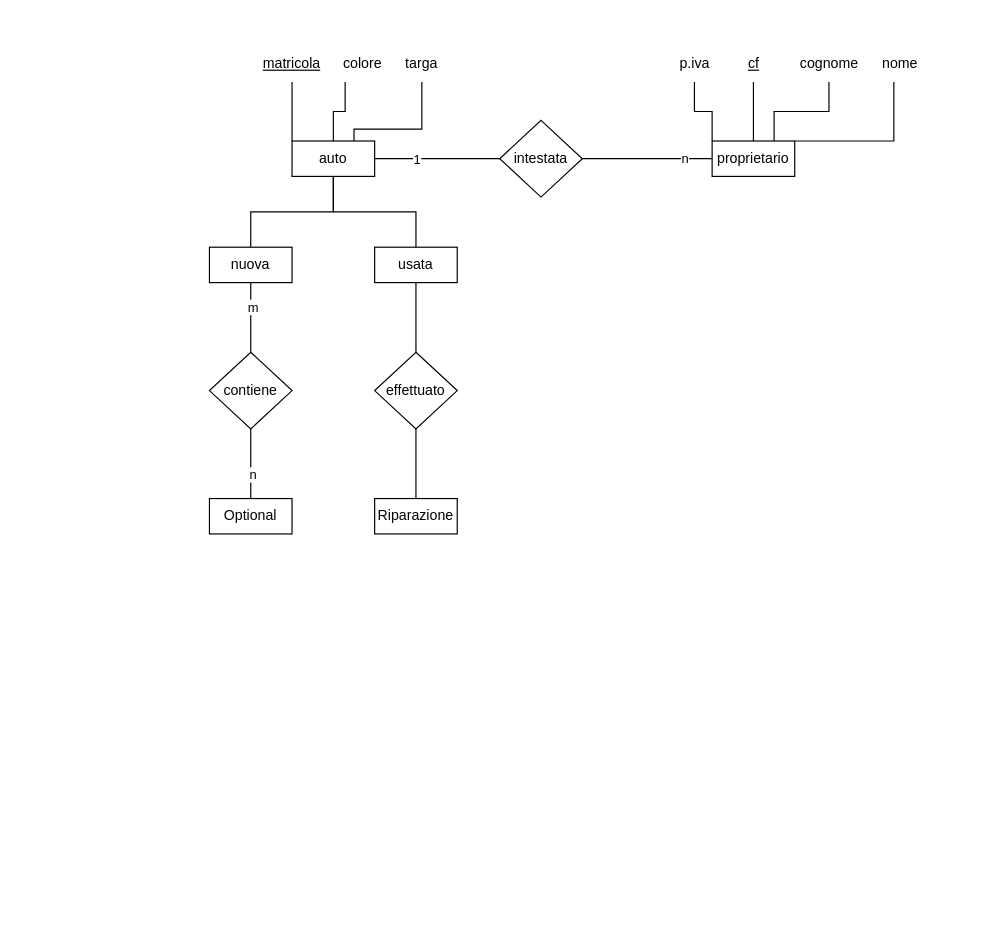
The draw.io diagram Concessionaria.drawio in scinfu/paleocapa-info, before the edit. Source tidied: cells renumbered, new cells numbered last; positions are measured from the earlier drawing's top-left corner, leaving out a move shared by most shapes. Both pictures are drawn from the tidied source at 118%, with x=0, y=0 at pixel (209, 46).
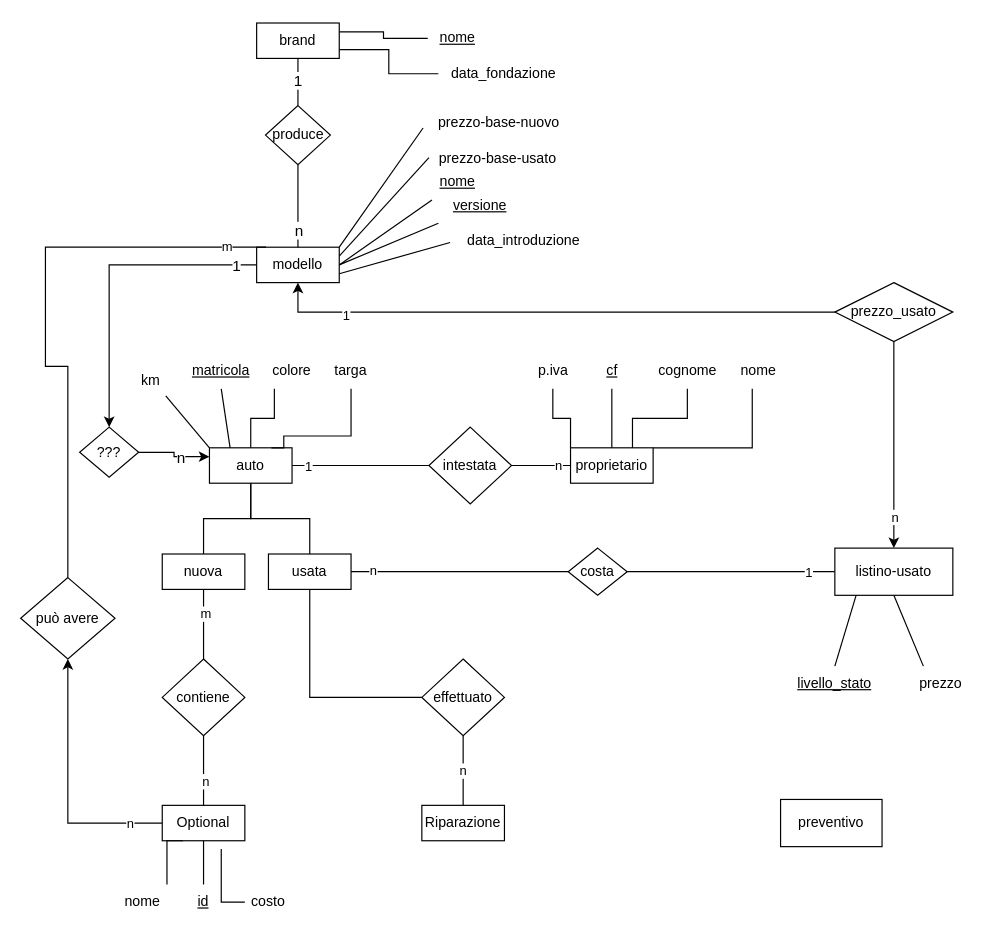
Above is the later version.

Unchanged cells that the change refers to:
```xml
<mxCell id="4" style="edgeStyle=orthogonalEdgeStyle;rounded=0;jettySize=auto;html=1;entryX=0;entryY=0.5;entryDx=0;entryDy=0;endArrow=none;endFill=0;" parent="1" edge="1" source="6" target="16">
  <mxGeometry relative="1" as="geometry" />
</mxCell>
```

The edit, as a diff of the source:
```diff
@@
-    <mxCell id="2" style="edgeStyle=orthogonalEdgeStyle;rounded=0;jettySize=auto;html=1;entryX=0.5;entryY=0;entryDx=0;entryDy=0;endArrow=none;endFill=0;" parent="1" edge="1" source="6" target="9">
-      <mxGeometry relative="1" as="geometry" />
-    </mxCell>
-    <mxCell id="3" style="edgeStyle=orthogonalEdgeStyle;rounded=0;jettySize=auto;html=1;entryX=0.5;entryY=0;entryDx=0;entryDy=0;startArrow=none;startFill=0;endArrow=none;endFill=0;" parent="1" edge="1" source="6" target="10">
-      <mxGeometry relative="1" as="geometry" />
-    </mxCell>
@@
     <mxCell id="5" value="1" style="edgeLabel;html=1;align=center;verticalAlign=middle;" parent="4" vertex="1">
-      <mxGeometry x="-0.34" relative="1" as="geometry" />
+      <mxGeometry x="-0.34" relative="1" as="geometry">
+        <mxPoint x="-25" as="offset" />
+      </mxGeometry>
     </mxCell>
     <mxCell id="6" value="auto" style="rounded=0;whiteSpace=wrap;html=1;" parent="1" vertex="1">
-      <mxGeometry x="70" y="80" width="70" height="30" as="geometry" />
+      <mxGeometry y="340" width="70" height="30" as="geometry" />
     </mxCell>
-    <mxCell id="7" style="edgeStyle=orthogonalEdgeStyle;rounded=0;jettySize=auto;html=1;entryX=0.5;entryY=0;entryDx=0;entryDy=0;endArrow=none;endFill=0;" parent="1" edge="1" source="9" target="19">
+    <mxCell id="7" style="edgeStyle=orthogonalEdgeStyle;rounded=0;jettySize=auto;html=1;entryX=0.5;entryY=0;entryDx=0;entryDy=0;endArrow=none;endFill=0;exitX=0.5;exitY=1;exitDx=0;exitDy=0;" parent="1" edge="1" source="9" target="19">
       <mxGeometry relative="1" as="geometry" />
     </mxCell>
@@
+    <mxCell id="37" style="edgeStyle=orthogonalEdgeStyle;rounded=0;jettySize=auto;html=1;entryX=0.5;entryY=1;entryDx=0;entryDy=0;endArrow=none;endFill=0;" parent="1" edge="1" source="9" target="6">
+      <mxGeometry relative="1" as="geometry" />
+    </mxCell>
     <mxCell id="9" value="nuova" style="rounded=0;whiteSpace=wrap;html=1;" parent="1" vertex="1">
-      <mxGeometry y="170" width="70" height="30" as="geometry" />
+      <mxGeometry x="-40" y="430" width="70" height="30" as="geometry" />
     </mxCell>
+    <mxCell id="38" style="edgeStyle=orthogonalEdgeStyle;rounded=0;jettySize=auto;html=1;entryX=0.5;entryY=1;entryDx=0;entryDy=0;endArrow=none;endFill=0;" parent="1" edge="1" source="10" target="6">
+      <mxGeometry relative="1" as="geometry" />
+    </mxCell>
     <mxCell id="10" value="usata" style="rounded=0;whiteSpace=wrap;html=1;" parent="1" vertex="1">
-      <mxGeometry x="140" y="170" width="70" height="30" as="geometry" />
+      <mxGeometry x="50" y="430" width="70" height="30" as="geometry" />
     </mxCell>
+    <mxCell id="39" style="edgeStyle=orthogonalEdgeStyle;rounded=0;jettySize=auto;html=1;" parent="1" edge="1" source="11" target="68">
+      <mxGeometry relative="1" as="geometry" />
+    </mxCell>
+    <mxCell id="40" value="n" style="edgeLabel;html=1;align=center;verticalAlign=middle;" parent="39" vertex="1">
+      <mxGeometry x="-0.74" relative="1" as="geometry" />
+    </mxCell>
     <mxCell id="11" value="Optional" style="rounded=0;whiteSpace=wrap;html=1;" parent="1" vertex="1">
-      <mxGeometry y="383" width="70" height="30" as="geometry" />
+      <mxGeometry x="-40" y="643" width="70" height="30" as="geometry" />
     </mxCell>
@@
     <mxCell id="14" value="proprietario" style="rounded=0;whiteSpace=wrap;html=1;" parent="1" vertex="1">
-      <mxGeometry x="426" y="80" width="70" height="30" as="geometry" />
+      <mxGeometry x="306" y="340" width="70" height="30" as="geometry" />
     </mxCell>
     <mxCell id="15" value="Riparazione" style="rounded=0;whiteSpace=wrap;html=1;" parent="1" vertex="1">
-      <mxGeometry x="140" y="383" width="70" height="30" as="geometry" />
+      <mxGeometry x="180" y="643" width="70" height="30" as="geometry" />
     </mxCell>
     <mxCell id="16" value="intestata" style="rhombus;whiteSpace=wrap;html=1;" parent="1" vertex="1">
-      <mxGeometry x="246" y="62.5" width="70" height="65" as="geometry" />
+      <mxGeometry x="186" y="322.5" width="70" height="65" as="geometry" />
     </mxCell>
-    <mxCell id="17" style="edgeStyle=orthogonalEdgeStyle;rounded=0;jettySize=auto;html=1;entryX=0.5;entryY=0;entryDx=0;entryDy=0;endArrow=none;endFill=0;" parent="1" edge="1" source="19" target="11">
+    <mxCell id="17" style="edgeStyle=orthogonalEdgeStyle;rounded=0;jettySize=auto;html=1;entryX=0.5;entryY=0;entryDx=0;entryDy=0;endArrow=none;endFill=0;exitX=0.5;exitY=1;exitDx=0;exitDy=0;" parent="1" edge="1" source="19" target="11">
       <mxGeometry relative="1" as="geometry" />
     </mxCell>
@@
     <mxCell id="19" value="contiene" style="rhombus;whiteSpace=wrap;html=1;" parent="1" vertex="1">
-      <mxGeometry y="259" width="70" height="65" as="geometry" />
+      <mxGeometry x="-40" y="519" width="70" height="65" as="geometry" />
     </mxCell>
@@
-    <mxCell id="21" style="edgeStyle=orthogonalEdgeStyle;rounded=0;jettySize=auto;html=1;entryX=0.5;entryY=0;entryDx=0;entryDy=0;endArrow=none;endFill=0;" parent="1" edge="1" source="22" target="15">
+    <mxCell id="21" value="n" style="edgeStyle=orthogonalEdgeStyle;rounded=0;jettySize=auto;html=1;entryX=0.5;entryY=0;entryDx=0;entryDy=0;endArrow=none;endFill=0;" parent="1" edge="1" source="22" target="15">
       <mxGeometry relative="1" as="geometry" />
     </mxCell>
     <mxCell id="22" value="effettuato" style="rhombus;whiteSpace=wrap;html=1;" parent="1" vertex="1">
-      <mxGeometry x="140" y="259" width="70" height="65" as="geometry" />
+      <mxGeometry x="180" y="519" width="70" height="65" as="geometry" />
     </mxCell>
-    <mxCell id="23" style="edgeStyle=orthogonalEdgeStyle;rounded=0;jettySize=auto;html=1;entryX=0;entryY=0;entryDx=0;entryDy=0;endArrow=none;endFill=0;" parent="1" edge="1" source="24" target="6">
-      <mxGeometry relative="1" as="geometry" />
-    </mxCell>
     <mxCell id="24" value="matricola" style="text;html=1;strokeColor=none;fillColor=none;align=center;verticalAlign=middle;whiteSpace=wrap;rounded=0;fontStyle=4;" parent="1" vertex="1">
-      <mxGeometry x="40" width="60" height="30" as="geometry" />
+      <mxGeometry x="-20" y="260" width="60" height="30" as="geometry" />
     </mxCell>
@@
     <mxCell id="26" value="colore" style="text;html=1;strokeColor=none;fillColor=none;align=center;verticalAlign=middle;whiteSpace=wrap;rounded=0;" parent="1" vertex="1">
-      <mxGeometry x="100" width="60" height="30" as="geometry" />
+      <mxGeometry x="40" y="260" width="60" height="30" as="geometry" />
     </mxCell>
     <mxCell id="27" style="edgeStyle=orthogonalEdgeStyle;rounded=0;jettySize=auto;html=1;exitX=0.5;exitY=1;exitDx=0;exitDy=0;entryX=0.75;entryY=0;entryDx=0;entryDy=0;endArrow=none;endFill=0;" parent="1" edge="1" source="28" target="6">
       <mxGeometry relative="1" as="geometry">
         <Array as="points">
-          <mxPoint x="180" y="70" />
-          <mxPoint x="123" y="70" />
+          <mxPoint x="120" y="330" />
+          <mxPoint x="63" y="330" />
         </Array>
       </mxGeometry>
     </mxCell>
     <mxCell id="28" value="targa" style="text;html=1;strokeColor=none;fillColor=none;align=center;verticalAlign=middle;whiteSpace=wrap;rounded=0;" parent="1" vertex="1">
-      <mxGeometry x="150" width="60" height="30" as="geometry" />
+      <mxGeometry x="90" y="260" width="60" height="30" as="geometry" />
     </mxCell>
     <mxCell id="29" style="edgeStyle=orthogonalEdgeStyle;rounded=0;jettySize=auto;html=1;entryX=1;entryY=0;entryDx=0;entryDy=0;endArrow=none;endFill=0;" parent="1" edge="1" source="30" target="14">
       <mxGeometry relative="1" as="geometry">
         <Array as="points">
-          <mxPoint x="580" y="80" />
+          <mxPoint x="460" y="340" />
         </Array>
       </mxGeometry>
     </mxCell>
     <mxCell id="30" value="nome" style="text;html=1;align=center;verticalAlign=middle;points=[];strokeColor=none;fillColor=none;" parent="1" vertex="1">
-      <mxGeometry x="560" width="50" height="30" as="geometry" />
+      <mxGeometry x="440" y="260" width="50" height="30" as="geometry" />
     </mxCell>
@@
     <mxCell id="32" value="cognome" style="text;html=1;align=center;verticalAlign=middle;points=[];strokeColor=none;fillColor=none;" parent="1" vertex="1">
-      <mxGeometry x="490" width="70" height="30" as="geometry" />
+      <mxGeometry x="370" y="260" width="70" height="30" as="geometry" />
     </mxCell>
@@
     <mxCell id="34" value="cf" style="text;html=1;align=center;verticalAlign=middle;points=[];strokeColor=none;fillColor=none;fontStyle=4;" parent="1" vertex="1">
-      <mxGeometry x="446" width="30" height="30" as="geometry" />
+      <mxGeometry x="326" y="260" width="30" height="30" as="geometry" />
     </mxCell>
@@
     <mxCell id="36" value="p.iva" style="text;html=1;align=center;verticalAlign=middle;points=[];strokeColor=none;fillColor=none;" parent="1" vertex="1">
-      <mxGeometry x="386" width="50" height="30" as="geometry" />
+      <mxGeometry x="266" y="260" width="50" height="30" as="geometry" />
     </mxCell>
+    <mxCell id="41" style="edgeStyle=orthogonalEdgeStyle;rounded=0;jettySize=auto;html=1;endArrow=none;endFill=0;" parent="1" edge="1" source="43" target="49">
+      <mxGeometry relative="1" as="geometry" />
+    </mxCell>
+    <mxCell id="42" value="&lt;font style=&quot;font-size: 13px;&quot;&gt;1&lt;/font&gt;" style="edgeLabel;html=1;align=center;verticalAlign=middle;" parent="41" vertex="1">
+      <mxGeometry x="-0.1" y="-1" relative="1" as="geometry" />
+    </mxCell>
+    <mxCell id="43" value="brand" style="rounded=0;whiteSpace=wrap;html=1;" parent="1" vertex="1">
+      <mxGeometry x="40" y="-20" width="70" height="30" as="geometry" />
+    </mxCell>
+    <mxCell id="44" style="edgeStyle=orthogonalEdgeStyle;rounded=0;jettySize=auto;html=1;" parent="1" edge="1" source="46" target="60">
+      <mxGeometry relative="1" as="geometry" />
+    </mxCell>
+    <mxCell id="45" value="&lt;font style=&quot;font-size: 13px;&quot;&gt;1&lt;/font&gt;" style="edgeLabel;html=1;align=center;verticalAlign=middle;" parent="44" vertex="1">
+      <mxGeometry x="-0.86" relative="1" as="geometry" />
+    </mxCell>
+    <mxCell id="46" value="modello" style="rounded=0;whiteSpace=wrap;html=1;" parent="1" vertex="1">
+      <mxGeometry x="40" y="170" width="70" height="30" as="geometry" />
+    </mxCell>
+    <mxCell id="47" style="edgeStyle=orthogonalEdgeStyle;rounded=0;jettySize=auto;html=1;entryX=0.5;entryY=0;entryDx=0;entryDy=0;endArrow=none;endFill=0;" parent="1" edge="1" source="49" target="46">
+      <mxGeometry relative="1" as="geometry" />
+    </mxCell>
+    <mxCell id="48" value="&lt;font style=&quot;font-size: 13px;&quot;&gt;n&lt;/font&gt;" style="edgeLabel;html=1;align=center;verticalAlign=middle;" parent="47" vertex="1">
+      <mxGeometry x="0.57" relative="1" as="geometry" />
+    </mxCell>
+    <mxCell id="49" value="produce" style="rhombus;whiteSpace=wrap;html=1;rounded=0;" parent="1" vertex="1">
+      <mxGeometry x="47.5" y="50" width="55" height="50" as="geometry" />
+    </mxCell>
+    <mxCell id="50" style="edgeStyle=orthogonalEdgeStyle;rounded=0;jettySize=auto;html=1;endArrow=none;endFill=0;" parent="1" edge="1" source="51">
+      <mxGeometry relative="1" as="geometry">
+        <mxPoint x="10" y="680" as="targetPoint" />
+      </mxGeometry>
+    </mxCell>
+    <mxCell id="51" value="costo" style="text;html=1;strokeColor=none;fillColor=none;align=center;verticalAlign=middle;whiteSpace=wrap;rounded=0;" parent="1" vertex="1">
+      <mxGeometry x="30" y="710" width="40" height="30" as="geometry" />
+    </mxCell>
+    <mxCell id="52" style="edgeStyle=orthogonalEdgeStyle;rounded=0;jettySize=auto;html=1;entryX=0.5;entryY=1;entryDx=0;entryDy=0;endArrow=none;endFill=0;" parent="1" edge="1" source="53" target="11">
+      <mxGeometry relative="1" as="geometry" />
+    </mxCell>
+    <mxCell id="53" value="id" style="text;html=1;strokeColor=none;fillColor=none;align=center;verticalAlign=middle;whiteSpace=wrap;rounded=0;fontStyle=4;" parent="1" vertex="1">
+      <mxGeometry x="-30" y="710" width="50" height="30" as="geometry" />
+    </mxCell>
+    <mxCell id="54" style="edgeStyle=orthogonalEdgeStyle;rounded=0;jettySize=auto;html=1;entryX=1;entryY=0.25;entryDx=0;entryDy=0;endArrow=none;endFill=0;" parent="1" edge="1" source="55" target="43">
+      <mxGeometry relative="1" as="geometry" />
+    </mxCell>
+    <mxCell id="55" value="nome" style="text;html=1;align=center;verticalAlign=middle;points=[];strokeColor=none;fillColor=none;fontStyle=4;" parent="1" vertex="1">
+      <mxGeometry x="185" y="-22" width="50" height="30" as="geometry" />
+    </mxCell>
+    <mxCell id="56" style="edgeStyle=orthogonalEdgeStyle;rounded=0;jettySize=auto;html=1;entryX=1;entryY=0.75;entryDx=0;entryDy=0;endArrow=none;endFill=0;" parent="1" edge="1" source="57" target="43">
+      <mxGeometry relative="1" as="geometry" />
+    </mxCell>
+    <mxCell id="57" value="data_fondazione" style="text;html=1;align=center;verticalAlign=middle;points=[];strokeColor=none;fillColor=none;" parent="1" vertex="1">
+      <mxGeometry x="194" y="8" width="110" height="30" as="geometry" />
+    </mxCell>
+    <mxCell id="58" style="edgeStyle=orthogonalEdgeStyle;rounded=0;jettySize=auto;html=1;entryX=0;entryY=0.25;entryDx=0;entryDy=0;" parent="1" edge="1" source="60" target="6">
+      <mxGeometry relative="1" as="geometry" />
+    </mxCell>
+    <mxCell id="59" value="&lt;font style=&quot;font-size: 13px;&quot;&gt;n&lt;/font&gt;" style="edgeLabel;html=1;align=center;verticalAlign=middle;" parent="58" vertex="1">
+      <mxGeometry x="0.22" y="1" relative="1" as="geometry">
+        <mxPoint y="1" as="offset" />
+      </mxGeometry>
+    </mxCell>
+    <mxCell id="60" value="???" style="rhombus;whiteSpace=wrap;html=1;rounded=0;" parent="1" vertex="1">
+      <mxGeometry x="-110" y="322.5" width="50" height="42.5" as="geometry" />
+    </mxCell>
+    <mxCell id="61" value="nome" style="text;html=1;align=center;verticalAlign=middle;points=[];strokeColor=none;fillColor=none;fontStyle=4;" parent="1" vertex="1">
+      <mxGeometry x="185" y="100" width="50" height="30" as="geometry" />
+    </mxCell>
+    <mxCell id="62" value="versione" style="text;html=1;align=center;verticalAlign=middle;points=[];strokeColor=none;fillColor=none;fontStyle=4;" parent="1" vertex="1">
+      <mxGeometry x="194" y="120" width="70" height="30" as="geometry" />
+    </mxCell>
+    <mxCell id="63" value="data_introduzione" style="text;html=1;align=center;verticalAlign=middle;points=[];strokeColor=none;fillColor=none;" parent="1" vertex="1">
+      <mxGeometry x="206" y="150" width="120" height="30" as="geometry" />
+    </mxCell>
+    <mxCell id="64" value="nome" style="text;html=1;align=center;verticalAlign=middle;points=[];strokeColor=none;fillColor=none;" parent="1" vertex="1">
+      <mxGeometry x="-82" y="710" width="50" height="30" as="geometry" />
+    </mxCell>
+    <mxCell id="65" style="edgeStyle=orthogonalEdgeStyle;rounded=0;jettySize=auto;html=1;exitX=0.25;exitY=1;exitDx=0;exitDy=0;entryX=0.92;entryY=0;entryDx=0;entryDy=0;entryPerimeter=0;endArrow=none;endFill=0;" parent="1" edge="1" source="11" target="64">
+      <mxGeometry relative="1" as="geometry" />
+    </mxCell>
+    <mxCell id="66" style="edgeStyle=orthogonalEdgeStyle;rounded=0;jettySize=auto;html=1;entryX=0.114;entryY=0;entryDx=0;entryDy=0;entryPerimeter=0;endArrow=none;endFill=0;" parent="1" edge="1" source="68" target="46">
+      <mxGeometry relative="1" as="geometry">
+        <Array as="points">
+          <mxPoint x="-120" y="271" />
+          <mxPoint x="-139" y="271" />
+          <mxPoint x="-139" y="170" />
+        </Array>
+      </mxGeometry>
+    </mxCell>
+    <mxCell id="67" value="m" style="edgeLabel;html=1;align=center;verticalAlign=middle;" parent="66" vertex="1">
+      <mxGeometry x="0.86" y="1" relative="1" as="geometry" />
+    </mxCell>
+    <mxCell id="68" value="può avere" style="rhombus;whiteSpace=wrap;html=1;rounded=0;" parent="1" vertex="1">
+      <mxGeometry x="-160" y="450" width="80" height="69" as="geometry" />
+    </mxCell>
+    <mxCell id="69" value="prezzo-base-usato" style="text;html=1;align=center;verticalAlign=middle;points=[];strokeColor=none;fillColor=none;" parent="1" vertex="1">
+      <mxGeometry x="184" y="80" width="120" height="30" as="geometry" />
+    </mxCell>
+    <mxCell id="70" value="prezzo-base-nuovo" style="text;html=1;align=center;verticalAlign=middle;points=[];strokeColor=none;fillColor=none;" parent="1" vertex="1">
+      <mxGeometry x="180" y="50" width="130" height="30" as="geometry" />
+    </mxCell>
+    <mxCell id="71" style="endArrow=none;html=1;rounded=0;entryX=0.008;entryY=0.633;entryDx=0;entryDy=0;entryPerimeter=0;" parent="1" edge="1" target="70">
+      <mxGeometry relative="1" as="geometry">
+        <mxPoint x="110" y="170" as="sourcePoint" />
+      </mxGeometry>
+    </mxCell>
+    <mxCell id="72" style="endArrow=none;html=1;rounded=0;exitX=1;exitY=0.25;exitDx=0;exitDy=0;entryX=0.017;entryY=0.467;entryDx=0;entryDy=0;entryPerimeter=0;" parent="1" edge="1" source="46" target="69">
+      <mxGeometry relative="1" as="geometry" />
+    </mxCell>
+    <mxCell id="73" style="endArrow=none;html=1;rounded=0;entryX=1;entryY=0.5;entryDx=0;entryDy=0;" parent="1" edge="1" source="61" target="46">
+      <mxGeometry relative="1" as="geometry" />
+    </mxCell>
+    <mxCell id="74" style="endArrow=none;html=1;rounded=0;entryX=1;entryY=0.5;entryDx=0;entryDy=0;" parent="1" edge="1" source="62" target="46">
+      <mxGeometry relative="1" as="geometry" />
+    </mxCell>
+    <mxCell id="75" style="endArrow=none;html=1;rounded=0;entryX=1;entryY=0.75;entryDx=0;entryDy=0;exitX=-0.017;exitY=0.533;exitDx=0;exitDy=0;exitPerimeter=0;" parent="1" edge="1" source="63" target="46">
+      <mxGeometry relative="1" as="geometry" />
+    </mxCell>
+    <mxCell id="76" style="edgeStyle=orthogonalEdgeStyle;rounded=0;jettySize=auto;html=1;exitX=0;exitY=0.5;exitDx=0;exitDy=0;entryX=1;entryY=0.5;entryDx=0;entryDy=0;endArrow=none;endFill=0;" parent="1" edge="1" source="78" target="81">
+      <mxGeometry relative="1" as="geometry" />
+    </mxCell>
+    <mxCell id="77" value="1" style="edgeLabel;html=1;align=center;verticalAlign=middle;" parent="76" vertex="1">
+      <mxGeometry x="-0.74" relative="1" as="geometry" />
+    </mxCell>
+    <mxCell id="78" value="listino-usato" style="whiteSpace=wrap;html=1;" parent="1" vertex="1">
+      <mxGeometry x="530" y="425" width="100" height="40" as="geometry" />
+    </mxCell>
+    <mxCell id="79" style="edgeStyle=orthogonalEdgeStyle;rounded=0;jettySize=auto;html=1;entryX=1;entryY=0.5;entryDx=0;entryDy=0;endArrow=none;endFill=0;" parent="1" edge="1" source="81" target="10">
+      <mxGeometry relative="1" as="geometry" />
+    </mxCell>
+    <mxCell id="80" value="n" style="edgeLabel;html=1;align=center;verticalAlign=middle;" parent="79" vertex="1">
+      <mxGeometry x="0.8" y="-2" relative="1" as="geometry" />
+    </mxCell>
+    <mxCell id="81" value="costa" style="rhombus;whiteSpace=wrap;html=1;" parent="1" vertex="1">
+      <mxGeometry x="304" y="425" width="50" height="40" as="geometry" />
+    </mxCell>
+    <mxCell id="82" style="edgeStyle=orthogonalEdgeStyle;rounded=0;jettySize=auto;html=1;entryX=0.5;entryY=1;entryDx=0;entryDy=0;" parent="1" edge="1" source="86" target="46">
+      <mxGeometry relative="1" as="geometry" />
+    </mxCell>
+    <mxCell id="83" value="1" style="edgeLabel;html=1;align=center;verticalAlign=middle;" parent="82" vertex="1">
+      <mxGeometry x="0.73" y="2" relative="1" as="geometry" />
+    </mxCell>
+    <mxCell id="84" style="edgeStyle=orthogonalEdgeStyle;rounded=0;jettySize=auto;html=1;" parent="1" edge="1" source="86" target="78">
+      <mxGeometry relative="1" as="geometry" />
+    </mxCell>
+    <mxCell id="85" value="n" style="edgeLabel;html=1;align=center;verticalAlign=middle;" parent="84" vertex="1">
+      <mxGeometry x="0.69" relative="1" as="geometry" />
+    </mxCell>
+    <mxCell id="86" value="prezzo_usato" style="rhombus;whiteSpace=wrap;html=1;" parent="1" vertex="1">
+      <mxGeometry x="530" y="200" width="100" height="50" as="geometry" />
+    </mxCell>
+    <mxCell id="87" value="km" style="text;html=1;align=center;verticalAlign=middle;points=[];strokeColor=none;fillColor=none;" parent="1" vertex="1">
+      <mxGeometry x="-70" y="268" width="40" height="30" as="geometry" />
+    </mxCell>
+    <mxCell id="88" style="endArrow=none;html=1;rounded=0;exitX=0.825;exitY=0.933;exitDx=0;exitDy=0;exitPerimeter=0;entryX=0;entryY=0;entryDx=0;entryDy=0;" parent="1" edge="1" source="87" target="6">
+      <mxGeometry relative="1" as="geometry" />
+    </mxCell>
+    <mxCell id="89" style="endArrow=none;html=1;rounded=0;entryX=0.5;entryY=1;entryDx=0;entryDy=0;exitX=0.25;exitY=0;exitDx=0;exitDy=0;" parent="1" edge="1" source="6" target="24">
+      <mxGeometry relative="1" as="geometry" />
+    </mxCell>
+    <mxCell id="90" value="prezzo" style="text;html=1;strokeColor=none;fillColor=none;align=center;verticalAlign=middle;whiteSpace=wrap;rounded=0;" parent="1" vertex="1">
+      <mxGeometry x="590" y="525" width="60" height="30" as="geometry" />
+    </mxCell>
+    <mxCell id="91" value="livello_stato" style="text;html=1;strokeColor=none;fillColor=none;align=center;verticalAlign=middle;whiteSpace=wrap;rounded=0;fontStyle=4;" parent="1" vertex="1">
+      <mxGeometry x="490" y="525" width="80" height="30" as="geometry" />
+    </mxCell>
+    <mxCell id="92" style="endArrow=none;html=1;rounded=0;entryX=0.18;entryY=1;entryDx=0;entryDy=0;entryPerimeter=0;exitX=0.5;exitY=0;exitDx=0;exitDy=0;" parent="1" edge="1" source="91" target="78">
+      <mxGeometry relative="1" as="geometry" />
+    </mxCell>
+    <mxCell id="93" style="endArrow=none;html=1;rounded=0;entryX=0.5;entryY=1;entryDx=0;entryDy=0;exitX=0.25;exitY=0;exitDx=0;exitDy=0;" parent="1" edge="1" source="90" target="78">
+      <mxGeometry relative="1" as="geometry" />
+    </mxCell>
+    <mxCell id="94" value="preventivo" style="whiteSpace=wrap;html=1;" parent="1" vertex="1">
+      <mxGeometry x="484" y="638" width="86" height="40" as="geometry" />
+    </mxCell>
```
